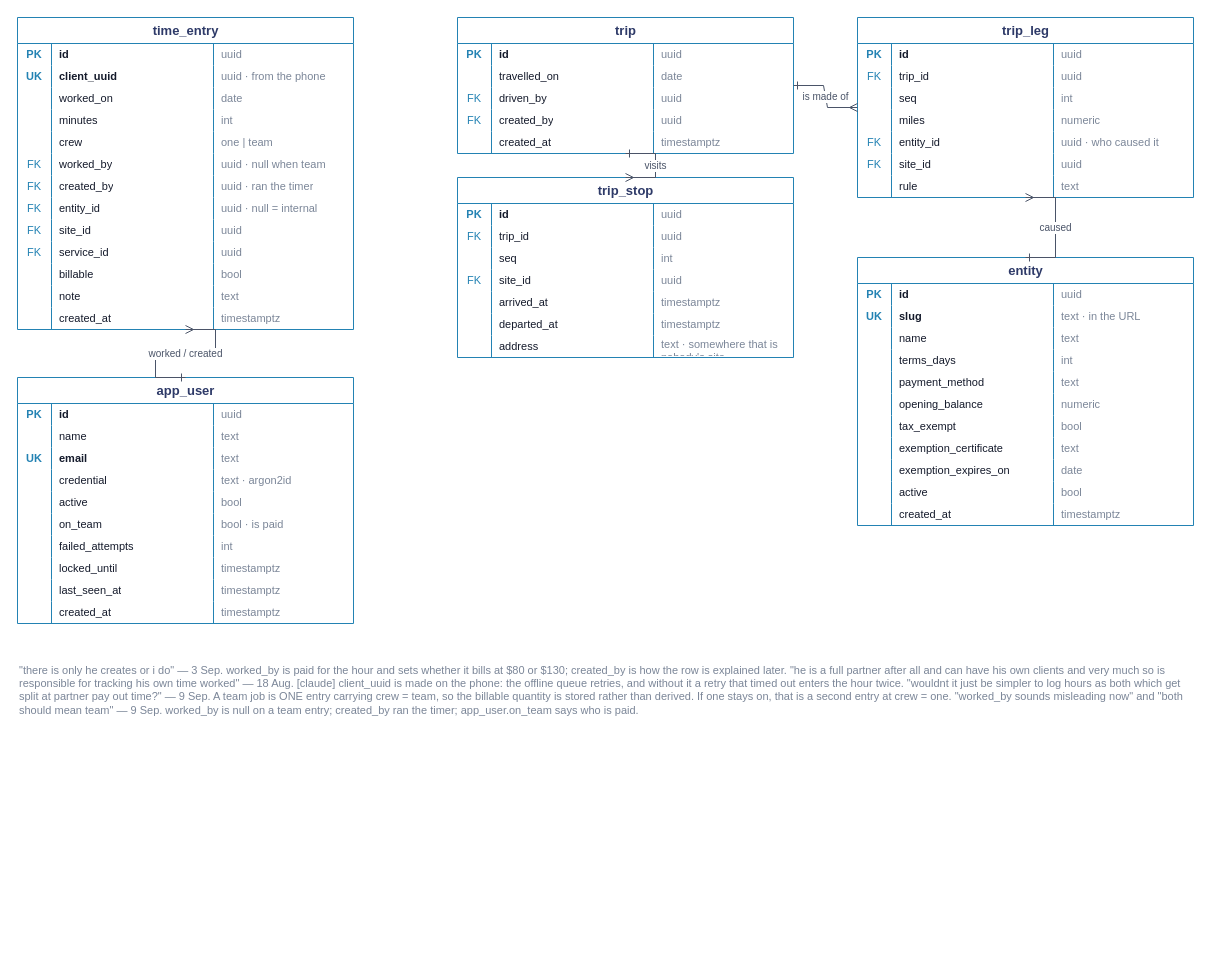
TylerVigario/reckon keeps this draw.io diagram as docs/schema/04-work-captured.drawio. Above is the earlier version. Source tidied: cells renumbered, new cells numbered last; positions are measured from the earlier drawing's top-left corner, leaving out a move shared by most shapes. Both pictures are drawn from the tidied source at 100%, with x=0, y=0 at pixel (17, 17).
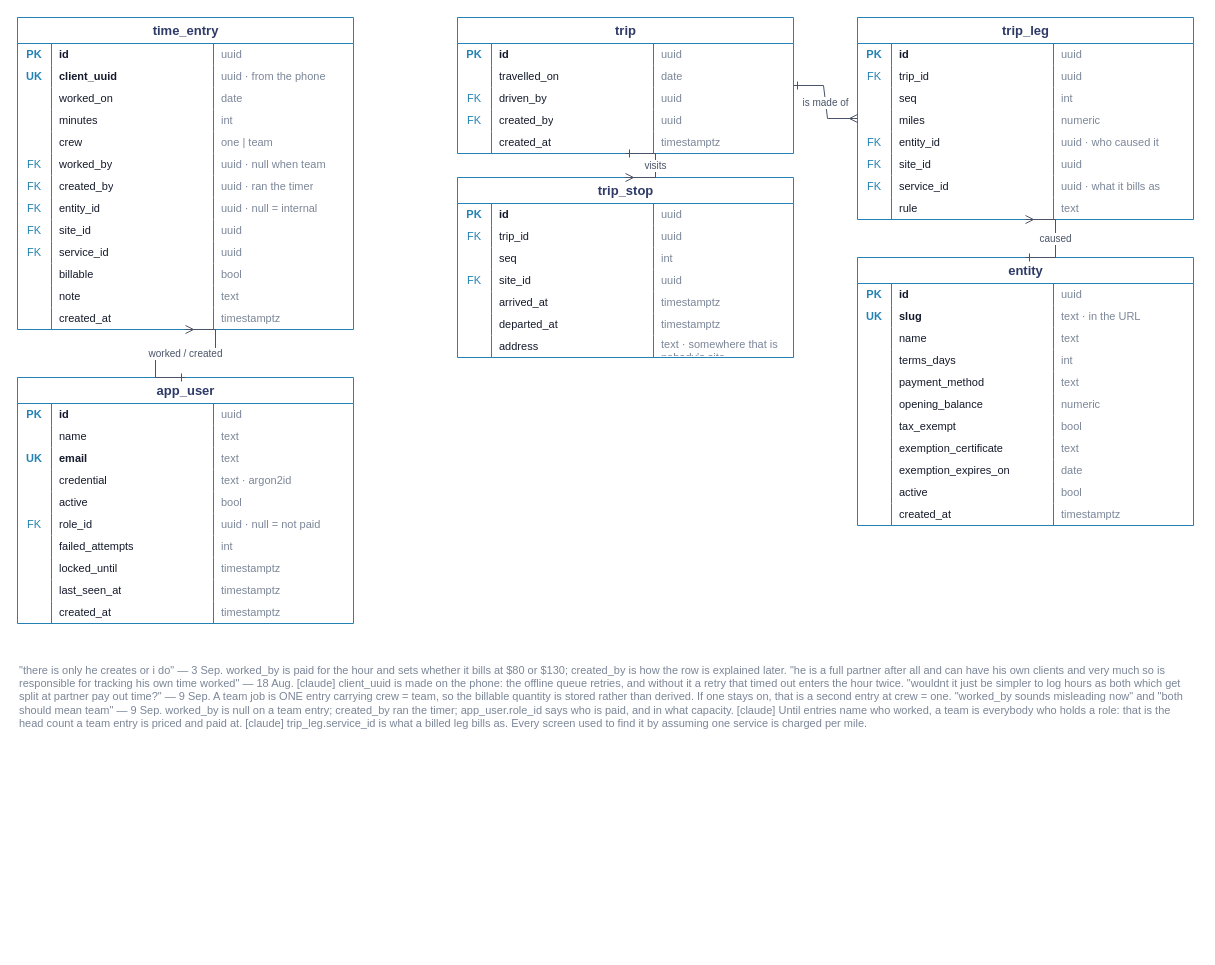
The same page after the edit.

The change refers to these unchanged cells:
```xml
<mxCell id="130" style="shape=tableRow;horizontal=0;startSize=0;swimlaneHead=0;swimlaneBody=0;fillColor=none;top=0;left=0;right=0;bottom=0;strokeColor=#d4dae4;" parent="105" vertex="1">
  <mxGeometry y="158" width="336" height="22" as="geometry" />
</mxCell>
<mxCell id="155" style="shape=tableRow;horizontal=0;startSize=0;swimlaneHead=0;swimlaneBody=0;fillColor=none;top=0;left=0;right=0;bottom=0;strokeColor=#d4dae4;" parent="134" vertex="1">
  <mxGeometry y="136" width="336" height="22" as="geometry" />
</mxCell>
```

Change to the diagram source:
```diff
@@
     <mxCell id="105" value="trip_leg" style="shape=table;startSize=26;childLayout=tableLayout;rowLines=0;fontStyle=1;align=center;html=1;fillColor=#ffffff;strokeColor=#2382b3;fontColor=#2e3a68;fontSize=13;" parent="1" vertex="1">
-      <mxGeometry x="840" width="336" height="180" as="geometry" />
+      <mxGeometry x="840" width="336" height="202" as="geometry" />
     </mxCell>
@@
-    <mxCell id="131" style="shape=partialRectangle;fillColor=none;top=0;left=0;bottom=0;right=0;overflow=hidden;whiteSpace=wrap;html=1;fontSize=11;align=center;spacingLeft=0;fontColor=#141a2b;" parent="130" vertex="1">
+    <mxCell id="131" value="FK" style="shape=partialRectangle;fillColor=none;top=0;left=0;bottom=0;right=0;overflow=hidden;whiteSpace=wrap;html=1;fontSize=11;align=center;spacingLeft=0;fontColor=#2382b3;" parent="130" vertex="1">
       <mxGeometry width="34" height="22" as="geometry" />
     </mxCell>
-    <mxCell id="132" value="rule" style="shape=partialRectangle;fillColor=none;top=0;left=0;bottom=0;right=0;overflow=hidden;whiteSpace=wrap;html=1;fontSize=11;align=left;spacingLeft=6;fontColor=#141a2b;" parent="130" vertex="1">
+    <mxCell id="132" value="service_id" style="shape=partialRectangle;fillColor=none;top=0;left=0;bottom=0;right=0;overflow=hidden;whiteSpace=wrap;html=1;fontSize=11;align=left;spacingLeft=6;fontColor=#141a2b;" parent="130" vertex="1">
       <mxGeometry x="34" width="162" height="22" as="geometry" />
     </mxCell>
-    <mxCell id="133" value="text" style="shape=partialRectangle;fillColor=none;top=0;left=0;bottom=0;right=0;overflow=hidden;whiteSpace=wrap;html=1;fontSize=11;align=left;spacingLeft=6;fontColor=#7b8698;" parent="130" vertex="1">
+    <mxCell id="133" value="uuid · what it bills as" style="shape=partialRectangle;fillColor=none;top=0;left=0;bottom=0;right=0;overflow=hidden;whiteSpace=wrap;html=1;fontSize=11;align=left;spacingLeft=6;fontColor=#7b8698;" parent="130" vertex="1">
       <mxGeometry x="196" width="140" height="22" as="geometry" />
     </mxCell>
+    <mxCell id="225" style="shape=tableRow;horizontal=0;startSize=0;swimlaneHead=0;swimlaneBody=0;fillColor=none;top=0;left=0;right=0;bottom=0;strokeColor=#d4dae4;" parent="105" vertex="1">
+      <mxGeometry y="180" width="336" height="22" as="geometry" />
+    </mxCell>
+    <mxCell id="226" style="shape=partialRectangle;fillColor=none;top=0;left=0;bottom=0;right=0;overflow=hidden;whiteSpace=wrap;html=1;fontSize=11;align=center;spacingLeft=0;fontColor=#141a2b;" parent="225" vertex="1">
+      <mxGeometry width="34" height="22" as="geometry" />
+    </mxCell>
+    <mxCell id="227" value="rule" style="shape=partialRectangle;fillColor=none;top=0;left=0;bottom=0;right=0;overflow=hidden;whiteSpace=wrap;html=1;fontSize=11;align=left;spacingLeft=6;fontColor=#141a2b;" parent="225" vertex="1">
+      <mxGeometry x="34" width="162" height="22" as="geometry" />
+    </mxCell>
+    <mxCell id="228" value="text" style="shape=partialRectangle;fillColor=none;top=0;left=0;bottom=0;right=0;overflow=hidden;whiteSpace=wrap;html=1;fontSize=11;align=left;spacingLeft=6;fontColor=#7b8698;" parent="225" vertex="1">
+      <mxGeometry x="196" width="140" height="22" as="geometry" />
+    </mxCell>
@@
-    <mxCell id="156" style="shape=partialRectangle;fillColor=none;top=0;left=0;bottom=0;right=0;overflow=hidden;whiteSpace=wrap;html=1;fontSize=11;align=center;spacingLeft=0;fontColor=#141a2b;" parent="155" vertex="1">
+    <mxCell id="156" value="FK" style="shape=partialRectangle;fillColor=none;top=0;left=0;bottom=0;right=0;overflow=hidden;whiteSpace=wrap;html=1;fontSize=11;align=center;spacingLeft=0;fontColor=#2382b3;" parent="155" vertex="1">
       <mxGeometry width="34" height="22" as="geometry" />
     </mxCell>
-    <mxCell id="157" value="on_team" style="shape=partialRectangle;fillColor=none;top=0;left=0;bottom=0;right=0;overflow=hidden;whiteSpace=wrap;html=1;fontSize=11;align=left;spacingLeft=6;fontColor=#141a2b;" parent="155" vertex="1">
+    <mxCell id="157" value="role_id" style="shape=partialRectangle;fillColor=none;top=0;left=0;bottom=0;right=0;overflow=hidden;whiteSpace=wrap;html=1;fontSize=11;align=left;spacingLeft=6;fontColor=#141a2b;" parent="155" vertex="1">
       <mxGeometry x="34" width="162" height="22" as="geometry" />
     </mxCell>
-    <mxCell id="158" value="bool · is paid" style="shape=partialRectangle;fillColor=none;top=0;left=0;bottom=0;right=0;overflow=hidden;whiteSpace=wrap;html=1;fontSize=11;align=left;spacingLeft=6;fontColor=#7b8698;" parent="155" vertex="1">
+    <mxCell id="158" value="uuid · null = not paid" style="shape=partialRectangle;fillColor=none;top=0;left=0;bottom=0;right=0;overflow=hidden;whiteSpace=wrap;html=1;fontSize=11;align=left;spacingLeft=6;fontColor=#7b8698;" parent="155" vertex="1">
       <mxGeometry x="196" width="140" height="22" as="geometry" />
     </mxCell>
@@
-    <mxCell id="224" value="&quot;there is only he creates or i do&quot; — 3 Sep. worked_by is paid for the hour and sets whether it bills at $80 or $130; created_by is how the row is explained later.  &quot;he is a full partner after all and can have his own clients and very much so is responsible for tracking his own time worked&quot; — 18 Aug.  [claude] client_uuid is made on the phone: the offline queue retries, and without it a retry that timed out enters the hour twice.  &quot;wouldnt it just be simpler to log hours as both which get split at partner pay out time?&quot; — 9 Sep. A team job is ONE entry carrying crew = team, so the billable quantity is stored rather than derived. If one stays on, that is a second entry at crew = one.  &quot;worked_by sounds misleading now&quot; and &quot;both should mean team&quot; — 9 Sep. worked_by is null on a team entry; created_by ran the timer; app_user.on_team says who is paid." style="text;html=1;strokeColor=none;fillColor=none;align=left;verticalAlign=top;fontSize=11;fontColor=#7b8698;whiteSpace=wrap;" parent="1" vertex="1">
-      <mxGeometry y="640" width="1180" height="230" as="geometry" />
+    <mxCell id="224" value="&quot;there is only he creates or i do&quot; — 3 Sep. worked_by is paid for the hour and sets whether it bills at $80 or $130; created_by is how the row is explained later.  &quot;he is a full partner after all and can have his own clients and very much so is responsible for tracking his own time worked&quot; — 18 Aug.  [claude] client_uuid is made on the phone: the offline queue retries, and without it a retry that timed out enters the hour twice.  &quot;wouldnt it just be simpler to log hours as both which get split at partner pay out time?&quot; — 9 Sep. A team job is ONE entry carrying crew = team, so the billable quantity is stored rather than derived. If one stays on, that is a second entry at crew = one.  &quot;worked_by sounds misleading now&quot; and &quot;both should mean team&quot; — 9 Sep. worked_by is null on a team entry; created_by ran the timer; app_user.role_id says who is paid, and in what capacity.  [claude] Until entries name who worked, a team is everybody who holds a role: that is the head count a team entry is priced and paid at.  [claude] trip_leg.service_id is what a billed leg bills as. Every screen used to find it by assuming one service is charged per mile." style="text;html=1;strokeColor=none;fillColor=none;align=left;verticalAlign=top;fontSize=11;fontColor=#7b8698;whiteSpace=wrap;" parent="1" vertex="1">
+      <mxGeometry y="640" width="1180" height="290" as="geometry" />
     </mxCell>
```
